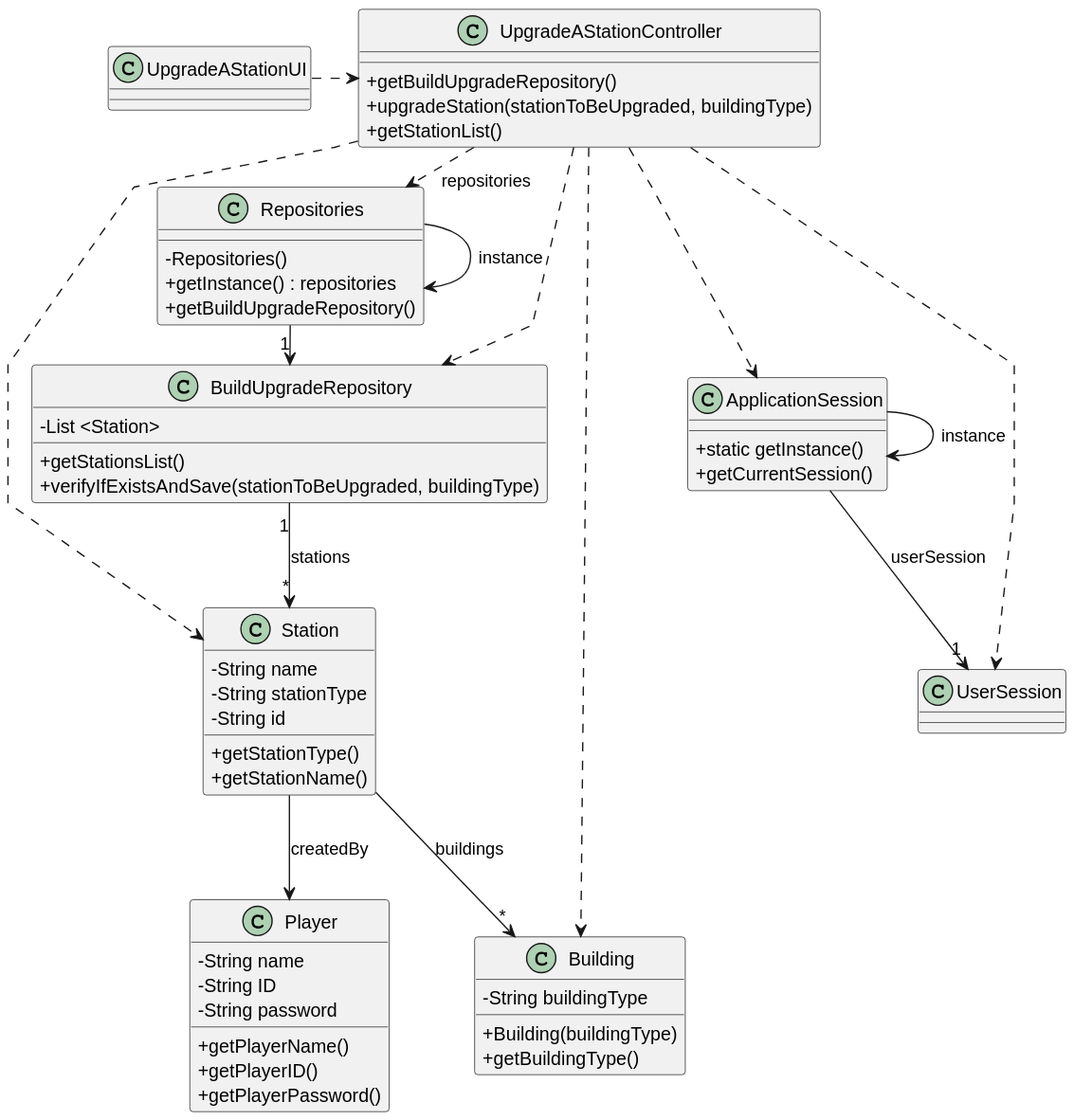
This is docs/sprint2/us005/03.design/svg/us005-class-diagram.svg from ivasduarte/all-aboard, a PlantUML export, as it was before one commit. Its diagram source:
```plantuml
@startuml
skinparam packageeStyle rectangle
skinparam shadowing false
skinparam linetype polyline

skinparam classAttributeIconSize 0

class Player {
    - String name
    - String ID
    - String password
    + getPlayerName()
    + getPlayerID()
    + getPlayerPassword()
}

class UserSession {
}

class ApplicationSession {
    + static getInstance()
    + getCurrentSession()
}


class Station {
    - String name
    - String stationType
    - String id
    + getStationType()
    + getStationName()
}

class Building {
    - String buildingType
    + Building(buildingType)
    + getBuildingType()
}

class UpgradeAStationUI {
}

class UpgradeAStationController {
    + getBuildUpgradeRepository()
    + upgradeStation(stationToBeUpgraded, buildingType)
    + getStationList()
}

class Repositories {
    - Repositories()
    + getInstance() : repositories
    + getBuildUpgradeRepository()
}

class BuildUpgradeRepository {
    - List <Station>
    + getStationsList()
    + verifyIfExistsAndSave(stationToBeUpgraded, buildingType)
}

Repositories -> Repositories : instance
ApplicationSession -> ApplicationSession : instance

UpgradeAStationUI .> UpgradeAStationController

UpgradeAStationController .> Repositories : repositories

Repositories -> "1" BuildUpgradeRepository
UpgradeAStationController ..> Station
UpgradeAStationController ..> Building
UpgradeAStationController ..> BuildUpgradeRepository

ApplicationSession --> "1" UserSession : userSession

UpgradeAStationController ..> ApplicationSession
UpgradeAStationController ..> UserSession

BuildUpgradeRepository "1" --> "*" Station : stations

Station --> Player : createdBy
Station --> "*" Building : buildings
@enduml
```
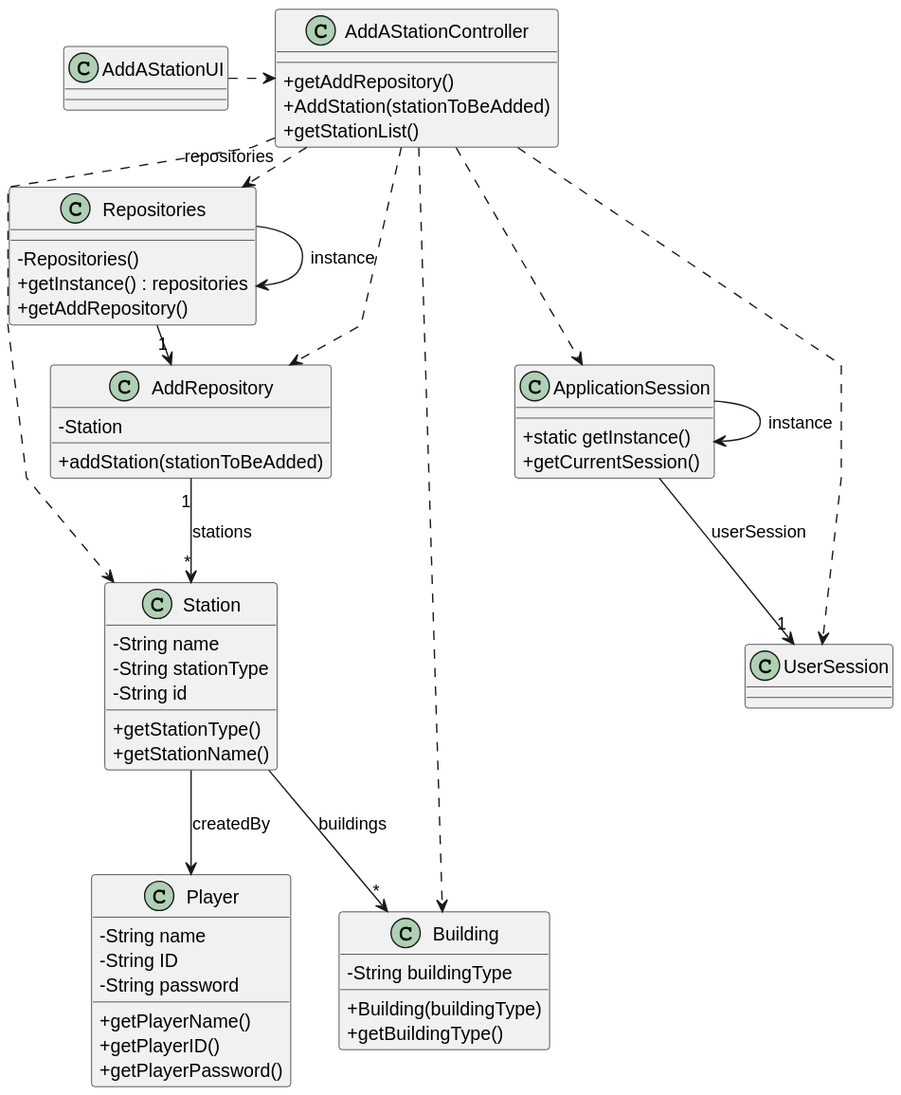
The same diagram one commit later.

Commit message:
US005(docs): Class Diagram Added

Diff of the diagram source:
```diff
@@ -37,45 +37,44 @@
     + getBuildingType()
 }
 
-class UpgradeAStationUI {
+class AddAStationUI {
 }
 
-class UpgradeAStationController {
-    + getBuildUpgradeRepository()
-    + upgradeStation(stationToBeUpgraded, buildingType)
+class AddAStationController {
+    + getAddRepository()
+    + AddStation(stationToBeAdded)
     + getStationList()
 }
 
 class Repositories {
     - Repositories()
     + getInstance() : repositories
-    + getBuildUpgradeRepository()
+    + getAddRepository()
 }
 
-class BuildUpgradeRepository {
-    - List <Station>
-    + getStationsList()
-    + verifyIfExistsAndSave(stationToBeUpgraded, buildingType)
+class AddRepository {
+    - Station
+    + addStation(stationToBeAdded)
 }
 
 Repositories -> Repositories : instance
 ApplicationSession -> ApplicationSession : instance
 
-UpgradeAStationUI .> UpgradeAStationController
+AddAStationUI .> AddAStationController
 
-UpgradeAStationController .> Repositories : repositories
+AddAStationController .> Repositories : repositories
 
-Repositories -> "1" BuildUpgradeRepository
-UpgradeAStationController ..> Station
-UpgradeAStationController ..> Building
-UpgradeAStationController ..> BuildUpgradeRepository
+Repositories -> "1" AddRepository
+AddAStationController ..> Station
+AddAStationController ..> Building
+AddAStationController ..> AddRepository
 
 ApplicationSession --> "1" UserSession : userSession
 
-UpgradeAStationController ..> ApplicationSession
-UpgradeAStationController ..> UserSession
+AddAStationController ..> ApplicationSession
+AddAStationController ..> UserSession
 
-BuildUpgradeRepository "1" --> "*" Station : stations
+AddRepository "1" --> "*" Station : stations
 
 Station --> Player : createdBy
 Station --> "*" Building : buildings
```
